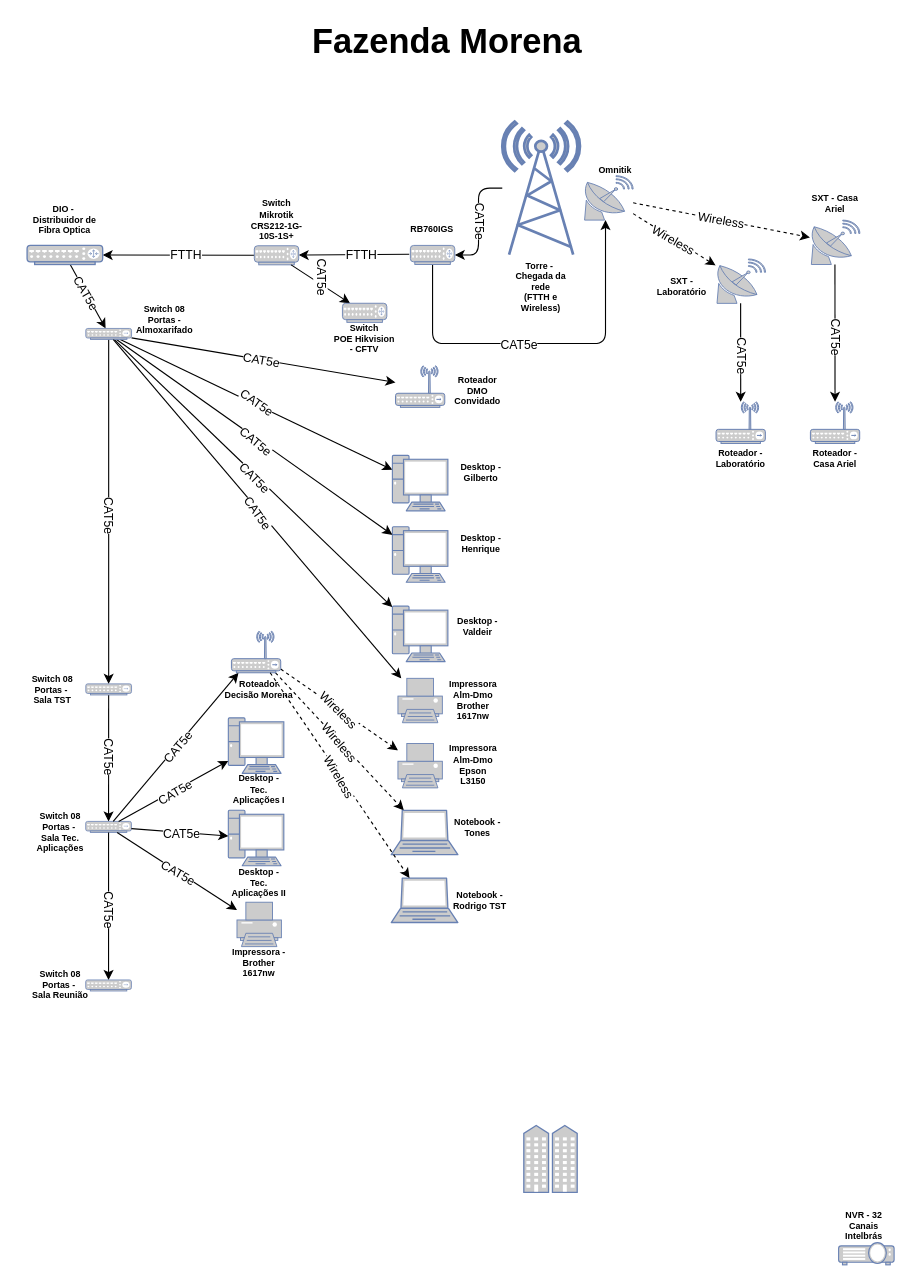
Before: Diagrama Rede Morena.drawio in AlbertoPontes/Fluxogramas, a draw.io diagram. Source tidied: cells renumbered, new cells numbered last; positions are measured from the earlier drawing's top-left corner, leaving out a move shared by most shapes. Both pictures are drawn from the tidied source at 111%, with x=0, y=0 at pixel (19, 19).
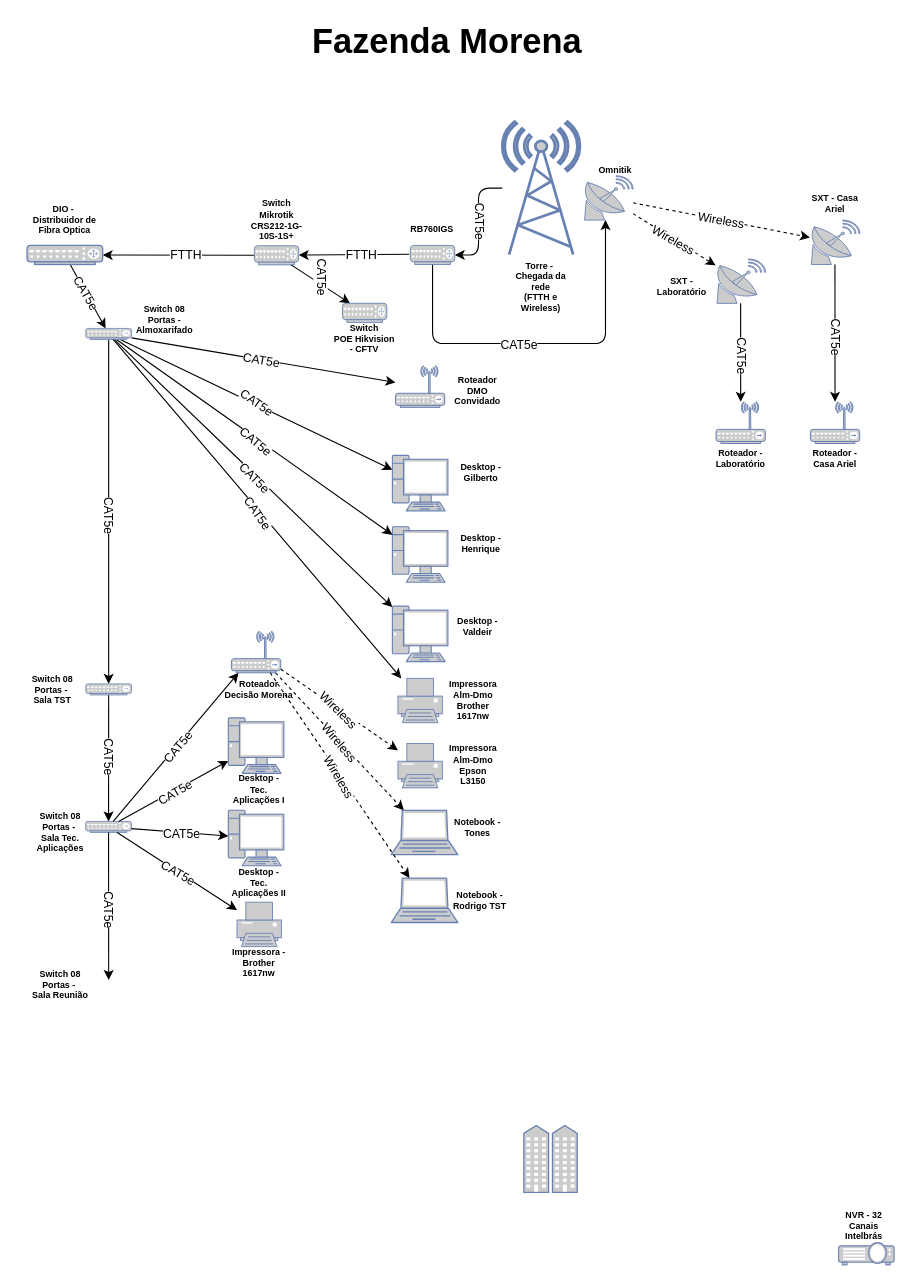
The same page after the edit.

Unchanged cells that the change refers to:
```xml
<mxCell id="60" style="fontColor=#0066CC;verticalAlign=top;verticalLabelPosition=bottom;labelPosition=center;align=center;html=1;outlineConnect=0;fillColor=#CCCCCC;strokeColor=#6881B3;gradientColor=none;gradientDirection=north;strokeWidth=2;shape=mxgraph.networks.hub;rounded=1;" parent="1" vertex="1">
  <mxGeometry x="59.7" y="722.5" width="41.2" height="10" as="geometry" />
</mxCell>
```

Change to the diagram source:
```diff
@@
-    <mxCell id="103" style="endArrow=classic;html=1;rounded=1;" parent="1" edge="1" source="60" target="105">
-      <mxGeometry relative="1" as="geometry" />
+    <mxCell id="103" style="endArrow=classic;html=1;rounded=1;" parent="1" edge="1" source="60">
+      <mxGeometry relative="1" as="geometry">
+        <mxPoint x="80.4" y="865.3" as="targetPoint" />
+      </mxGeometry>
     </mxCell>
@@
-    <mxCell id="105" style="fontColor=#0066CC;verticalAlign=top;verticalLabelPosition=bottom;labelPosition=center;align=center;html=1;outlineConnect=0;fillColor=#CCCCCC;strokeColor=#6881B3;gradientColor=none;gradientDirection=north;strokeWidth=2;shape=mxgraph.networks.hub;rounded=1;" parent="1" vertex="1">
-      <mxGeometry x="59.7" y="865.3" width="41.2" height="10" as="geometry" />
-    </mxCell>
```
